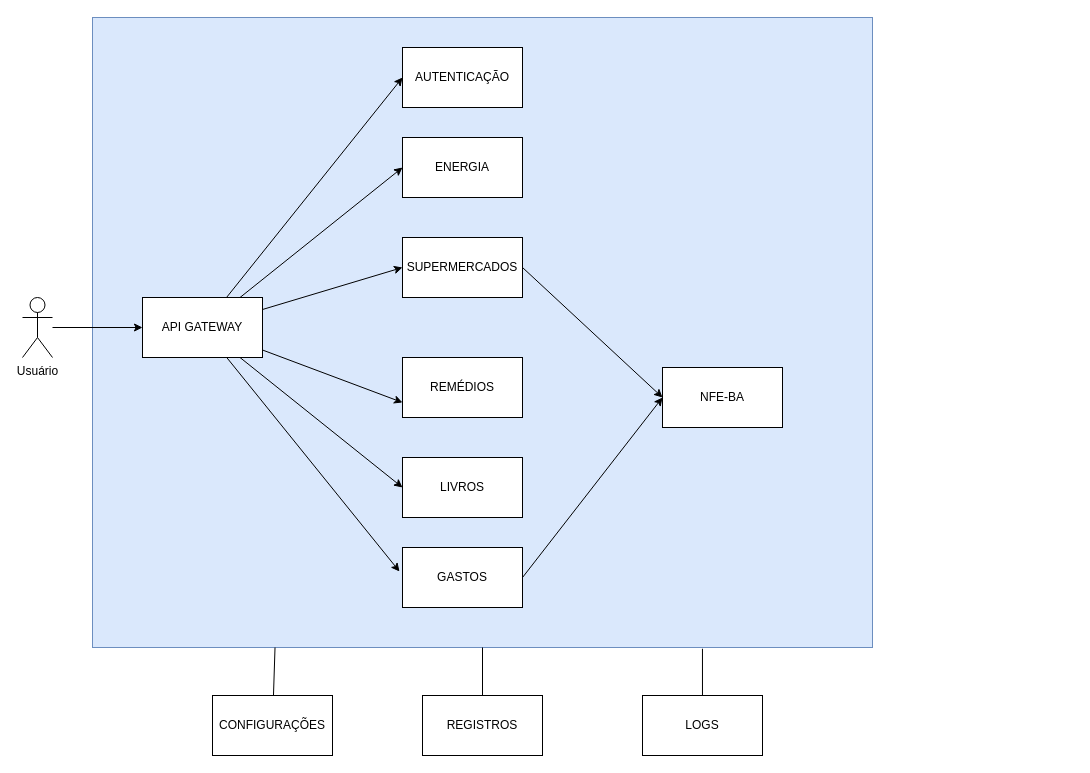
This is Diagrama.drawio from guilhermejr/sistema, a draw.io file, before an edit. Source tidied: cells renumbered, new cells numbered last; positions are measured from the earlier drawing's top-left corner, leaving out a move shared by most shapes. Both pictures are drawn from the tidied source at 100%, with x=0, y=0 at pixel (22, 17).
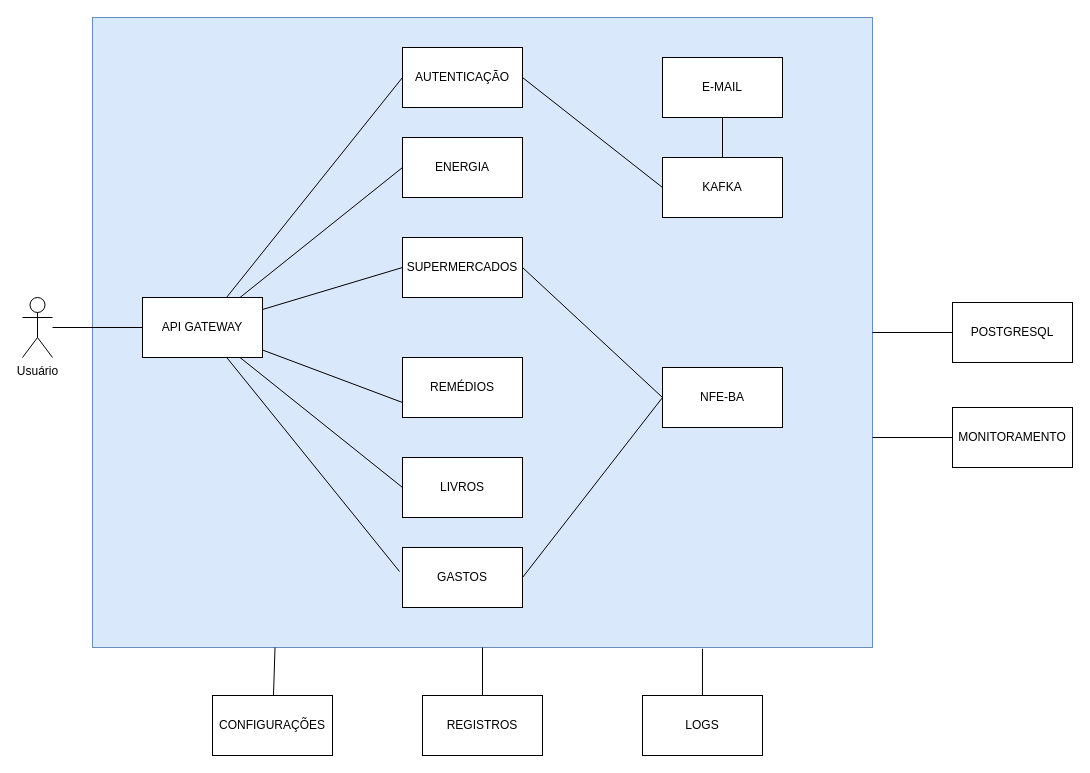
The same page after the edit.

Commit message:
feat: atualizado o desenho do sistema

Unchanged cells that the change refers to:
```xml
<mxCell id="2" style="rounded=0;whiteSpace=wrap;html=1;fillColor=#dae8fc;strokeColor=#6c8ebf;" parent="1" vertex="1">
  <mxGeometry x="70" width="780" height="630" as="geometry" />
</mxCell>
<mxCell id="3" value="Usuário" style="shape=umlActor;verticalLabelPosition=bottom;verticalAlign=top;html=1;outlineConnect=0;" parent="1" vertex="1">
  <mxGeometry y="280" width="30" height="60" as="geometry" />
</mxCell>
<mxCell id="10" value="API GATEWAY" style="rounded=0;whiteSpace=wrap;html=1;" parent="1" vertex="1">
  <mxGeometry x="120" y="280" width="120" height="60" as="geometry" />
</mxCell>
<mxCell id="12" value="ENERGIA" style="rounded=0;whiteSpace=wrap;html=1;" parent="1" vertex="1">
  <mxGeometry x="380" y="120" width="120" height="60" as="geometry" />
</mxCell>
<mxCell id="13" value="NFE-BA" style="rounded=0;whiteSpace=wrap;html=1;" parent="1" vertex="1">
  <mxGeometry x="640" y="350" width="120" height="60" as="geometry" />
</mxCell>
<mxCell id="15" value="SUPERMERCADOS" style="rounded=0;whiteSpace=wrap;html=1;" parent="1" vertex="1">
  <mxGeometry x="380" y="220" width="120" height="60" as="geometry" />
</mxCell>
<mxCell id="16" value="LIVROS" style="rounded=0;whiteSpace=wrap;html=1;" parent="1" vertex="1">
  <mxGeometry x="380" y="440" width="120" height="60" as="geometry" />
</mxCell>
<mxCell id="18" value="GASTOS" style="rounded=0;whiteSpace=wrap;html=1;" parent="1" vertex="1">
  <mxGeometry x="380" y="530" width="120" height="60" as="geometry" />
</mxCell>
<mxCell id="19" value="REMÉDIOS" style="rounded=0;whiteSpace=wrap;html=1;" parent="1" vertex="1">
  <mxGeometry x="380" y="340" width="120" height="60" as="geometry" />
</mxCell>
<mxCell id="20" value="AUTENTICAÇÃO" style="rounded=0;whiteSpace=wrap;html=1;" parent="1" vertex="1">
  <mxGeometry x="380" y="30" width="120" height="60" as="geometry" />
</mxCell>
```

The edit, as a diff of the source:
```diff
@@
-    <mxCell id="4" style="edgeStyle=none;rounded=0;jettySize=auto;html=1;entryX=0;entryY=0.5;entryDx=0;entryDy=0;startArrow=none;startFill=0;" parent="1" edge="1" source="10" target="12">
+    <mxCell id="4" style="edgeStyle=none;rounded=0;jettySize=auto;html=1;entryX=0;entryY=0.5;entryDx=0;entryDy=0;startArrow=none;startFill=0;endArrow=none;endFill=0;" parent="1" edge="1" source="10" target="12">
       <mxGeometry relative="1" as="geometry" />
     </mxCell>
-    <mxCell id="5" style="edgeStyle=none;rounded=0;jettySize=auto;html=1;entryX=0;entryY=0.5;entryDx=0;entryDy=0;startArrow=none;startFill=0;" parent="1" edge="1" source="10" target="15">
+    <mxCell id="5" style="edgeStyle=none;rounded=0;jettySize=auto;html=1;entryX=0;entryY=0.5;entryDx=0;entryDy=0;startArrow=none;startFill=0;endArrow=none;endFill=0;" parent="1" edge="1" source="10" target="15">
       <mxGeometry relative="1" as="geometry" />
     </mxCell>
-    <mxCell id="6" style="edgeStyle=none;rounded=0;jettySize=auto;html=1;startArrow=none;startFill=0;entryX=0;entryY=0.75;entryDx=0;entryDy=0;" parent="1" edge="1" source="10" target="19">
+    <mxCell id="6" style="edgeStyle=none;rounded=0;jettySize=auto;html=1;startArrow=none;startFill=0;entryX=0;entryY=0.75;entryDx=0;entryDy=0;endArrow=none;endFill=0;" parent="1" edge="1" source="10" target="19">
       <mxGeometry relative="1" as="geometry" />
     </mxCell>
-    <mxCell id="7" style="edgeStyle=none;rounded=0;jettySize=auto;html=1;entryX=-0.025;entryY=0.4;entryDx=0;entryDy=0;entryPerimeter=0;startArrow=none;startFill=0;" parent="1" edge="1" source="10" target="18">
+    <mxCell id="7" style="edgeStyle=none;rounded=0;jettySize=auto;html=1;entryX=-0.025;entryY=0.4;entryDx=0;entryDy=0;entryPerimeter=0;startArrow=none;startFill=0;endArrow=none;endFill=0;" parent="1" edge="1" source="10" target="18">
       <mxGeometry relative="1" as="geometry" />
     </mxCell>
-    <mxCell id="8" style="edgeStyle=none;rounded=0;jettySize=auto;html=1;entryX=0;entryY=0.5;entryDx=0;entryDy=0;startArrow=none;startFill=0;endArrow=classic;endFill=1;" parent="1" edge="1" source="10" target="20">
+    <mxCell id="8" style="edgeStyle=none;rounded=0;jettySize=auto;html=1;entryX=0;entryY=0.5;entryDx=0;entryDy=0;startArrow=none;startFill=0;endArrow=none;endFill=0;" parent="1" edge="1" source="10" target="20">
       <mxGeometry relative="1" as="geometry" />
     </mxCell>
-    <mxCell id="9" style="edgeStyle=none;rounded=0;jettySize=auto;html=1;entryX=0;entryY=0.5;entryDx=0;entryDy=0;startArrow=none;startFill=0;endArrow=classic;endFill=1;" parent="1" edge="1" source="10" target="16">
+    <mxCell id="9" style="edgeStyle=none;rounded=0;jettySize=auto;html=1;entryX=0;entryY=0.5;entryDx=0;entryDy=0;startArrow=none;startFill=0;endArrow=none;endFill=0;" parent="1" edge="1" source="10" target="16">
       <mxGeometry relative="1" as="geometry" />
     </mxCell>
@@
-    <mxCell id="11" style="endArrow=classic;startArrow=none;html=1;rounded=0;startFill=0;" parent="1" edge="1" source="3" target="10">
+    <mxCell id="11" style="endArrow=none;startArrow=none;html=1;rounded=0;startFill=0;endFill=0;" parent="1" edge="1" source="3" target="10">
       <mxGeometry relative="1" as="geometry" />
     </mxCell>
@@
-    <mxCell id="14" style="edgeStyle=none;rounded=0;jettySize=auto;html=1;entryX=0;entryY=0.5;entryDx=0;entryDy=0;startArrow=none;startFill=0;exitX=1;exitY=0.5;exitDx=0;exitDy=0;" parent="1" edge="1" source="15" target="13">
+    <mxCell id="14" style="edgeStyle=none;rounded=0;jettySize=auto;html=1;entryX=0;entryY=0.5;entryDx=0;entryDy=0;startArrow=none;startFill=0;exitX=1;exitY=0.5;exitDx=0;exitDy=0;endArrow=none;endFill=0;" parent="1" edge="1" source="15" target="13">
       <mxGeometry relative="1" as="geometry" />
     </mxCell>
@@
-    <mxCell id="17" style="rounded=0;jettySize=auto;html=1;entryX=0;entryY=0.5;entryDx=0;entryDy=0;exitX=1;exitY=0.5;exitDx=0;exitDy=0;" parent="1" edge="1" source="18" target="13">
+    <mxCell id="17" style="rounded=0;jettySize=auto;html=1;entryX=0;entryY=0.5;entryDx=0;entryDy=0;exitX=1;exitY=0.5;exitDx=0;exitDy=0;endArrow=none;endFill=0;" parent="1" edge="1" source="18" target="13">
       <mxGeometry relative="1" as="geometry" />
     </mxCell>
@@
+    <mxCell id="27" style="rounded=0;jettySize=auto;html=1;entryX=0;entryY=0.5;entryDx=0;entryDy=0;endArrow=none;endFill=0;exitX=1;exitY=0.5;exitDx=0;exitDy=0;" parent="1" edge="1" source="20" target="33">
+      <mxGeometry relative="1" as="geometry" />
+    </mxCell>
@@
+    <mxCell id="28" value="POSTGRESQL" style="rounded=0;whiteSpace=wrap;html=1;" parent="1" vertex="1">
+      <mxGeometry x="930" y="285" width="120" height="60" as="geometry" />
+    </mxCell>
+    <mxCell id="29" value="MONITORAMENTO" style="rounded=0;whiteSpace=wrap;html=1;" parent="1" vertex="1">
+      <mxGeometry x="930" y="390" width="120" height="60" as="geometry" />
+    </mxCell>
+    <mxCell id="30" style="endArrow=none;html=1;rounded=0;exitX=1;exitY=0.5;exitDx=0;exitDy=0;" parent="1" edge="1" source="2" target="28">
+      <mxGeometry relative="1" as="geometry" />
+    </mxCell>
+    <mxCell id="31" style="endArrow=none;html=1;rounded=0;" parent="1" edge="1" target="29">
+      <mxGeometry relative="1" as="geometry">
+        <mxPoint x="850" y="420" as="sourcePoint" />
+      </mxGeometry>
+    </mxCell>
+    <mxCell id="32" style="edgeStyle=none;rounded=0;jettySize=auto;html=1;endArrow=none;endFill=0;" parent="1" edge="1" source="33" target="34">
+      <mxGeometry relative="1" as="geometry" />
+    </mxCell>
+    <mxCell id="33" value="KAFKA" style="rounded=0;whiteSpace=wrap;html=1;" parent="1" vertex="1">
+      <mxGeometry x="640" y="140" width="120" height="60" as="geometry" />
+    </mxCell>
+    <mxCell id="34" value="E-MAIL" style="rounded=0;whiteSpace=wrap;html=1;" parent="1" vertex="1">
+      <mxGeometry x="640" y="40" width="120" height="60" as="geometry" />
+    </mxCell>
```
